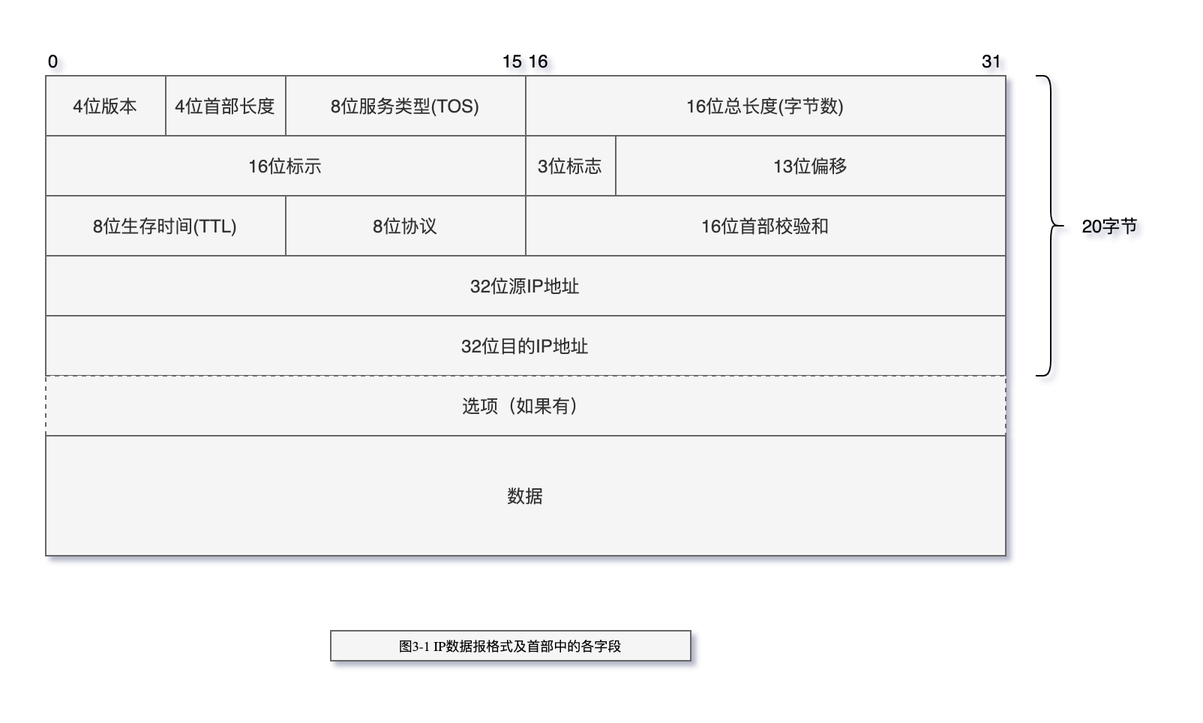
The draw.io diagram tcp-ip/TCP-IP-详解-卷1/images/TCP-IP-3-1.png in web1992/read, before a commit. Source tidied: cells renumbered, new cells last; positions are measured from the earlier drawing's top-left corner, leaving out a move shared by most shapes.
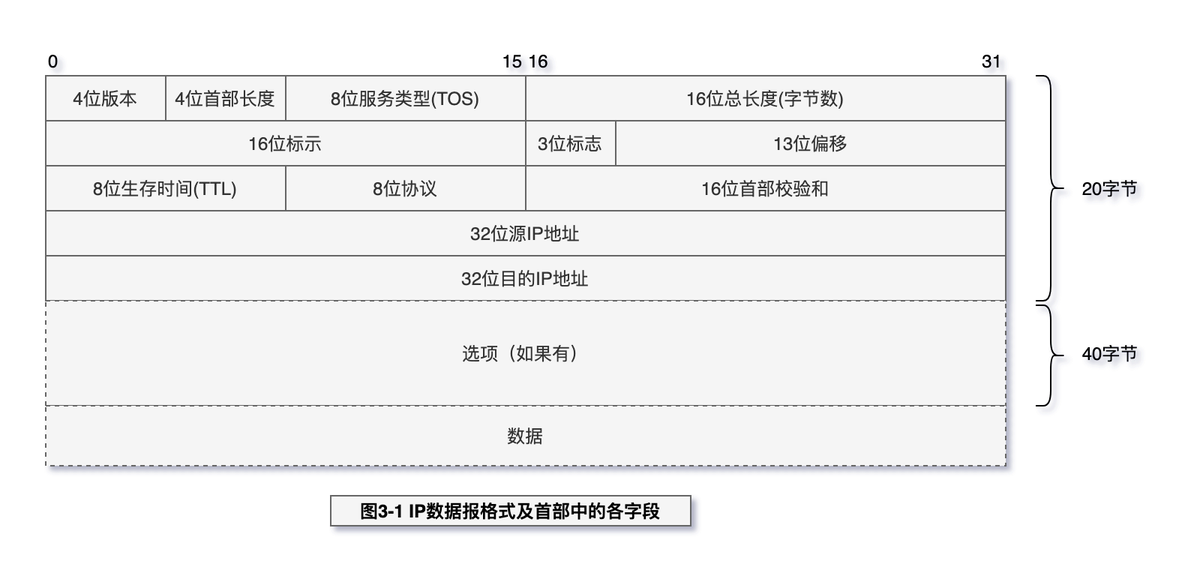
The same file after the commit.

Change to the diagram source:
```diff
@@ -3,52 +3,49 @@
     <mxCell id="0" />
     <mxCell id="1" parent="0" />
     <mxCell id="2" value="4位版本" style="rounded=0;whiteSpace=wrap;html=1;fillColor=#f5f5f5;strokeColor=#666666;fontColor=#333333;" parent="1" vertex="1">
-      <mxGeometry y="20" width="80" height="40" as="geometry" />
+      <mxGeometry y="20" width="80" height="30" as="geometry" />
     </mxCell>
     <mxCell id="3" style="rounded=0;whiteSpace=wrap;html=1;fillColor=#f5f5f5;strokeColor=#666666;fontColor=#333333;" parent="1" vertex="1">
-      <mxGeometry x="80" y="20" width="80" height="40" as="geometry" />
+      <mxGeometry x="80" y="20" width="80" height="30" as="geometry" />
     </mxCell>
     <mxCell id="4" value="4位首部长度" style="rounded=0;whiteSpace=wrap;html=1;fillColor=#f5f5f5;strokeColor=#666666;fontColor=#333333;" parent="1" vertex="1">
-      <mxGeometry x="80" y="20" width="80" height="40" as="geometry" />
+      <mxGeometry x="80" y="20" width="80" height="30" as="geometry" />
     </mxCell>
     <mxCell id="5" value="8位服务类型(TOS)" style="rounded=0;whiteSpace=wrap;html=1;fillColor=#f5f5f5;strokeColor=#666666;fontColor=#333333;" parent="1" vertex="1">
-      <mxGeometry x="160" y="20" width="160" height="40" as="geometry" />
+      <mxGeometry x="160" y="20" width="160" height="30" as="geometry" />
     </mxCell>
     <mxCell id="6" value="16位总长度(字节数)" style="rounded=0;whiteSpace=wrap;html=1;fillColor=#f5f5f5;strokeColor=#666666;fontColor=#333333;" parent="1" vertex="1">
-      <mxGeometry x="320" y="20" width="320" height="40" as="geometry" />
+      <mxGeometry x="320" y="20" width="320" height="30" as="geometry" />
     </mxCell>
     <mxCell id="7" value="16位标示" style="rounded=0;whiteSpace=wrap;html=1;fillColor=#f5f5f5;strokeColor=#666666;fontColor=#333333;" parent="1" vertex="1">
-      <mxGeometry y="60" width="320" height="40" as="geometry" />
+      <mxGeometry y="50" width="320" height="30" as="geometry" />
     </mxCell>
     <mxCell id="8" value="3位标志" style="rounded=0;whiteSpace=wrap;html=1;fillColor=#f5f5f5;strokeColor=#666666;fontColor=#333333;" parent="1" vertex="1">
-      <mxGeometry x="320" y="60" width="60" height="40" as="geometry" />
+      <mxGeometry x="320" y="50" width="60" height="30" as="geometry" />
     </mxCell>
-    <mxCell id="9" value="16位标示" style="rounded=0;whiteSpace=wrap;html=1;fillColor=#f5f5f5;strokeColor=#666666;fontColor=#333333;" parent="1" vertex="1">
-      <mxGeometry y="60" width="320" height="40" as="geometry" />
-    </mxCell>
     <mxCell id="10" value="13位偏移" style="rounded=0;whiteSpace=wrap;html=1;fillColor=#f5f5f5;strokeColor=#666666;fontColor=#333333;" parent="1" vertex="1">
-      <mxGeometry x="380" y="60" width="260" height="40" as="geometry" />
+      <mxGeometry x="380" y="50" width="260" height="30" as="geometry" />
     </mxCell>
     <mxCell id="11" value="8位生存时间(TTL)" style="rounded=0;whiteSpace=wrap;html=1;fillColor=#f5f5f5;strokeColor=#666666;fontColor=#333333;" parent="1" vertex="1">
-      <mxGeometry y="100" width="160" height="40" as="geometry" />
+      <mxGeometry y="80" width="160" height="30" as="geometry" />
     </mxCell>
     <mxCell id="12" value="8位协议" style="rounded=0;whiteSpace=wrap;html=1;fillColor=#f5f5f5;strokeColor=#666666;fontColor=#333333;" parent="1" vertex="1">
-      <mxGeometry x="160" y="100" width="160" height="40" as="geometry" />
+      <mxGeometry x="160" y="80" width="160" height="30" as="geometry" />
     </mxCell>
     <mxCell id="13" value="16位首部校验和" style="rounded=0;whiteSpace=wrap;html=1;fillColor=#f5f5f5;strokeColor=#666666;fontColor=#333333;" parent="1" vertex="1">
-      <mxGeometry x="320" y="100" width="320" height="40" as="geometry" />
+      <mxGeometry x="320" y="80" width="320" height="30" as="geometry" />
     </mxCell>
     <mxCell id="14" value="32位源IP地址" style="rounded=0;whiteSpace=wrap;html=1;fillColor=#f5f5f5;strokeColor=#666666;fontColor=#333333;" parent="1" vertex="1">
-      <mxGeometry y="140" width="640" height="40" as="geometry" />
+      <mxGeometry y="110" width="640" height="30" as="geometry" />
     </mxCell>
     <mxCell id="15" value="32位目的IP地址" style="rounded=0;whiteSpace=wrap;html=1;fillColor=#f5f5f5;strokeColor=#666666;fontColor=#333333;" parent="1" vertex="1">
-      <mxGeometry y="180" width="640" height="40" as="geometry" />
+      <mxGeometry y="140" width="640" height="30" as="geometry" />
     </mxCell>
     <mxCell id="16" value="选项（如果有）" style="rounded=0;whiteSpace=wrap;html=1;fillColor=#f5f5f5;strokeColor=#666666;fontColor=#333333;dashed=1;" parent="1" vertex="1">
-      <mxGeometry y="220" width="640" height="40" as="geometry" />
+      <mxGeometry y="170" width="640" height="70" as="geometry" />
     </mxCell>
-    <mxCell id="17" value="数据" style="rounded=0;whiteSpace=wrap;html=1;fillColor=#f5f5f5;strokeColor=#666666;fontColor=#333333;" parent="1" vertex="1">
-      <mxGeometry y="260" width="640" height="80" as="geometry" />
+    <mxCell id="17" value="数据" style="rounded=0;whiteSpace=wrap;html=1;fillColor=#f5f5f5;strokeColor=#666666;fontColor=#333333;dashed=1;" parent="1" vertex="1">
+      <mxGeometry y="240" width="640" height="40" as="geometry" />
     </mxCell>
     <mxCell id="18" value="0" style="text;html=1;align=left;verticalAlign=middle;whiteSpace=wrap;rounded=0;fillColor=none;" parent="1" vertex="1">
       <mxGeometry width="40" height="20" as="geometry" />
@@ -63,13 +60,19 @@
       <mxGeometry x="600" width="40" height="20" as="geometry" />
     </mxCell>
     <mxCell id="22" value="20字节" style="text;html=1;strokeColor=none;fillColor=none;align=center;verticalAlign=middle;whiteSpace=wrap;rounded=0;" parent="1" vertex="1">
-      <mxGeometry x="690" y="110" width="40" height="20" as="geometry" />
+      <mxGeometry x="690" y="85" width="40" height="20" as="geometry" />
     </mxCell>
     <mxCell id="23" style="shape=curlyBracket;whiteSpace=wrap;html=1;rounded=1;flipH=1;align=left;" parent="1" vertex="1">
-      <mxGeometry x="660" y="20" width="20" height="200" as="geometry" />
+      <mxGeometry x="660" y="20" width="20" height="150" as="geometry" />
     </mxCell>
-    <mxCell id="24" value="&lt;p class=&quot;p1&quot; style=&quot;margin: 0px; font-stretch: normal; font-size: 9px; line-height: normal;&quot;&gt;图&lt;span class=&quot;s1&quot; style=&quot;font-stretch: normal ; line-height: normal ; font-family: &amp;quot;times&amp;quot;&quot;&gt;3-1 IP&lt;/span&gt;数据报格式及首部中的各字段&lt;/p&gt;" style="text;html=1;strokeColor=#666666;fillColor=#f5f5f5;align=center;verticalAlign=middle;whiteSpace=wrap;rounded=0;labelBackgroundColor=none;" parent="1" vertex="1">
-      <mxGeometry x="190" y="390" width="240" height="20" as="geometry" />
+    <mxCell id="24" value="&lt;p class=&quot;p1&quot; style=&quot;margin: 0px ; font-stretch: normal ; line-height: normal&quot;&gt;&lt;b&gt;图&lt;span class=&quot;s1&quot; style=&quot;font-stretch: normal ; line-height: normal&quot;&gt;3-1 IP&lt;/span&gt;数据报格式及首部中的各字段&lt;/b&gt;&lt;/p&gt;" style="text;html=1;strokeColor=#666666;fillColor=#f5f5f5;align=center;verticalAlign=middle;whiteSpace=wrap;rounded=0;labelBackgroundColor=none;" parent="1" vertex="1">
+      <mxGeometry x="190" y="300" width="240" height="20" as="geometry" />
     </mxCell>
+    <mxCell id="25" style="shape=curlyBracket;whiteSpace=wrap;html=1;rounded=1;flipH=1;align=left;" parent="1" vertex="1">
+      <mxGeometry x="660" y="173" width="20" height="67" as="geometry" />
+    </mxCell>
+    <mxCell id="26" value="40字节" style="text;html=1;strokeColor=none;fillColor=none;align=center;verticalAlign=middle;whiteSpace=wrap;rounded=0;" parent="1" vertex="1">
+      <mxGeometry x="690" y="195" width="40" height="20" as="geometry" />
+    </mxCell>
   </root>
 </mxGraphModel>
```
